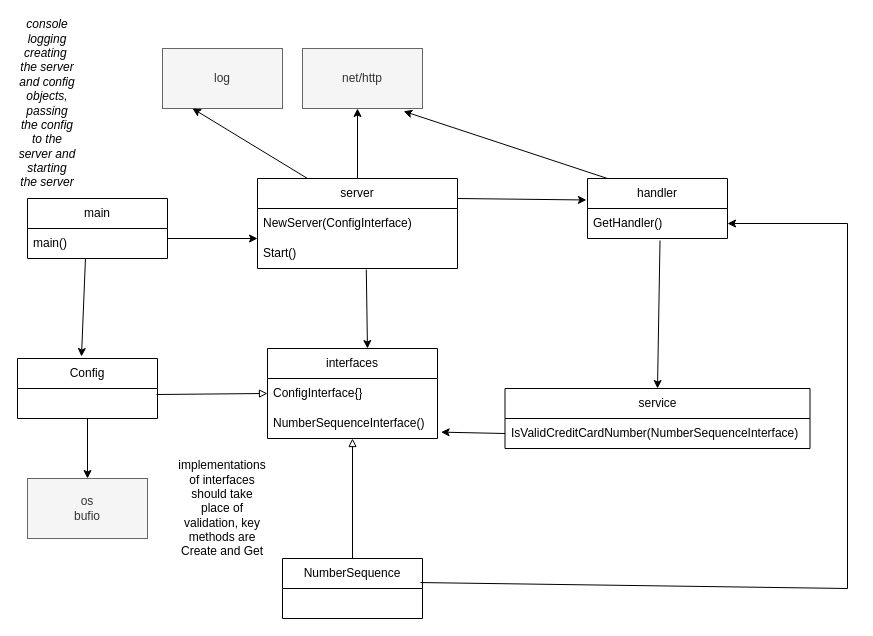
Above: class-diagram.drawio in Wirt4/luhn-credit-card-validator (draw.io), before the change. Source tidied: cells renumbered, new cells numbered last; positions are measured from the earlier drawing's top-left corner, leaving out a move shared by most shapes. Both pictures are drawn from the tidied source at 100%, with x=0, y=0 at pixel (17, 48).
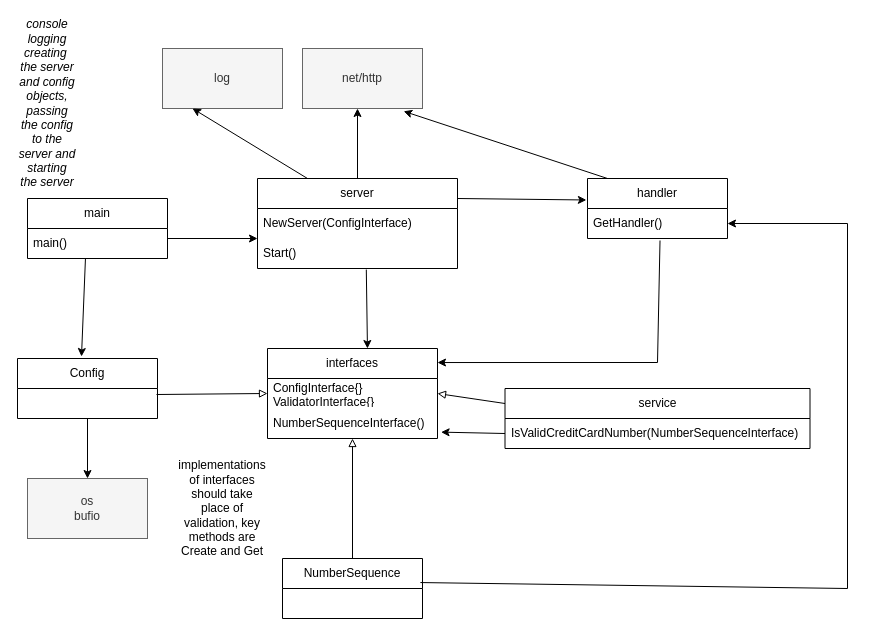
The same page after the edit.

Commit message:
updated diagram to get a separation of interface from implementation for the service

Unchanged cells that the change refers to:
```xml
<mxCell id="10" value="interfaces" style="swimlane;fontStyle=0;horizontal=1;startSize=30;whiteSpace=wrap;html=1;" parent="1" vertex="1">
  <mxGeometry x="250" y="300" width="170" height="90" as="geometry" />
</mxCell>
<mxCell id="15" value="GetHandler()" style="text;strokeColor=none;fillColor=none;align=left;verticalAlign=middle;spacingLeft=4;spacingRight=4;overflow=hidden;points=[[0,0.5],[1,0.5]];portConstraint=eastwest;whiteSpace=wrap;html=1;" parent="14" vertex="1">
  <mxGeometry y="30" width="140" height="30" as="geometry" />
</mxCell>
<mxCell id="16" value="service" style="swimlane;fontStyle=0;horizontal=1;startSize=30;whiteSpace=wrap;html=1;" parent="1" vertex="1">
  <mxGeometry x="487.5" y="340" width="305" height="60" as="geometry" />
</mxCell>
```

Change to the diagram source:
```diff
@@
-    <mxCell id="11" value="ConfigInterface{}" style="text;strokeColor=none;fillColor=none;align=left;verticalAlign=middle;spacingLeft=4;spacingRight=4;overflow=hidden;points=[[0,0.5],[1,0.5]];portConstraint=eastwest;whiteSpace=wrap;html=1;" parent="10" vertex="1">
+    <mxCell id="11" value="ConfigInterface{}&lt;div&gt;ValidatorInterface{}&lt;/div&gt;" style="text;strokeColor=none;fillColor=none;align=left;verticalAlign=middle;spacingLeft=4;spacingRight=4;overflow=hidden;points=[[0,0.5],[1,0.5]];portConstraint=eastwest;whiteSpace=wrap;html=1;" parent="10" vertex="1">
       <mxGeometry y="30" width="170" height="30" as="geometry" />
     </mxCell>
@@
-    <mxCell id="18" style="endArrow=classic;html=1;rounded=0;exitX=0.518;exitY=1.067;exitDx=0;exitDy=0;exitPerimeter=0;entryX=0.5;entryY=0;entryDx=0;entryDy=0;" parent="1" edge="1" source="15" target="16">
-      <mxGeometry relative="1" as="geometry" />
+    <mxCell id="18" style="endArrow=classic;html=1;rounded=0;exitX=0.518;exitY=1.067;exitDx=0;exitDy=0;exitPerimeter=0;entryX=1;entryY=0.156;entryDx=0;entryDy=0;entryPerimeter=0;" parent="1" edge="1" source="15" target="10">
+      <mxGeometry relative="1" as="geometry">
+        <Array as="points">
+          <mxPoint x="640" y="314" />
+        </Array>
+      </mxGeometry>
     </mxCell>
@@
+    <mxCell id="34" style="endArrow=block;html=1;rounded=0;exitX=0;exitY=0.25;exitDx=0;exitDy=0;entryX=1;entryY=0.5;entryDx=0;entryDy=0;endFill=0;" parent="1" edge="1" source="16" target="11">
+      <mxGeometry relative="1" as="geometry" />
+    </mxCell>
```
